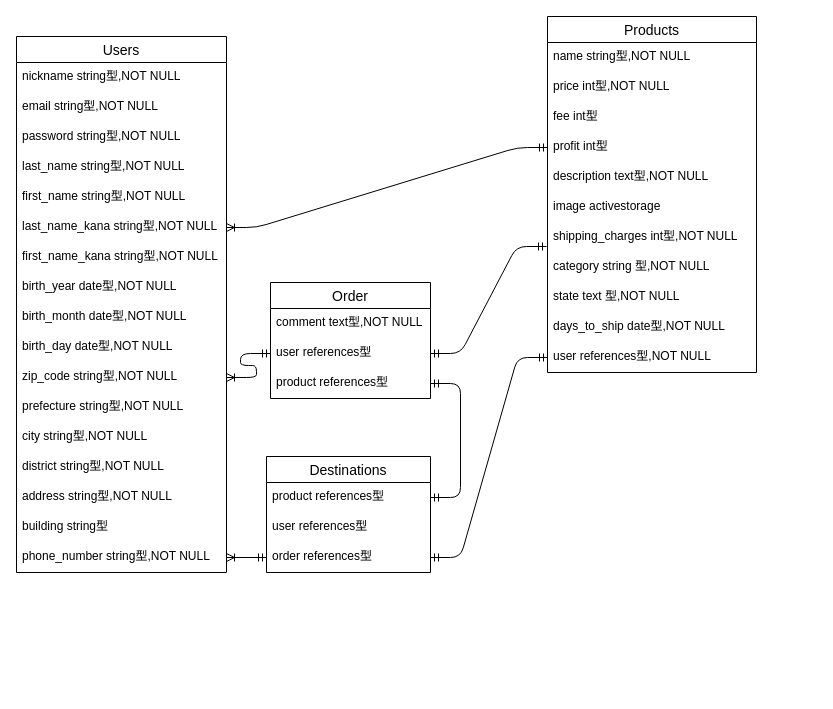
yasfu/furima-35595 keeps this draw.io diagram as Relationship.dio. Above is the earlier version. Source tidied: cells renumbered, new cells numbered last; positions are measured from the earlier drawing's top-left corner, leaving out a move shared by most shapes. Both pictures are drawn from the tidied source at 100%, with x=0, y=0 at pixel (16, 16).
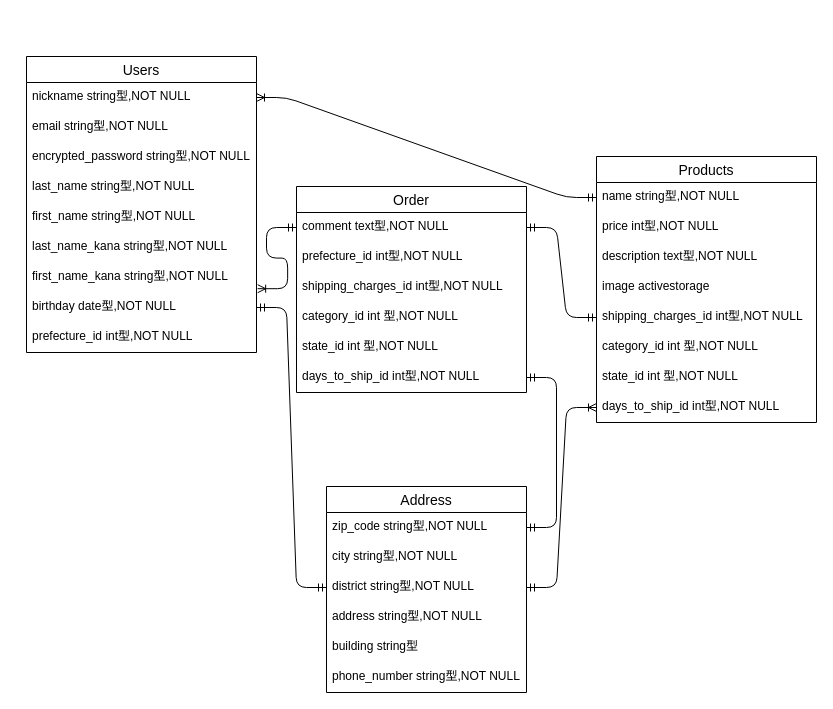
The same diagram, later.

Commit message (it also covers changes not shown here):
データベース設計　修正

Change to the diagram source:
```diff
@@
     <mxCell id="2" value="Users" style="swimlane;fontStyle=0;horizontal=1;startSize=26;align=center;fontSize=14;" parent="1" vertex="1">
-      <mxGeometry y="20" width="210" height="536" as="geometry" />
+      <mxGeometry x="10" y="40" width="230" height="296" as="geometry" />
     </mxCell>
     <mxCell id="3" value="nickname string型,NOT NULL" style="text;strokeColor=none;fillColor=none;spacingLeft=4;spacingRight=4;overflow=hidden;points=[[0,0.5],[1,0.5]];portConstraint=eastwest;fontSize=12;" parent="2" vertex="1">
-      <mxGeometry y="26" width="210" height="30" as="geometry" />
+      <mxGeometry y="26" width="230" height="30" as="geometry" />
     </mxCell>
     <mxCell id="4" value="email string型,NOT NULL" style="text;strokeColor=none;fillColor=none;spacingLeft=4;spacingRight=4;overflow=hidden;fontSize=12;" parent="2" vertex="1">
-      <mxGeometry y="56" width="210" height="30" as="geometry" />
+      <mxGeometry y="56" width="230" height="30" as="geometry" />
     </mxCell>
-    <mxCell id="5" value="password string型,NOT NULL" style="text;strokeColor=none;fillColor=none;spacingLeft=4;spacingRight=4;overflow=hidden;fontSize=12;" parent="2" vertex="1">
-      <mxGeometry y="86" width="210" height="30" as="geometry" />
+    <mxCell id="5" value="encrypted_password string型,NOT NULL" style="text;strokeColor=none;fillColor=none;spacingLeft=4;spacingRight=4;overflow=hidden;fontSize=12;" parent="2" vertex="1">
+      <mxGeometry y="86" width="230" height="30" as="geometry" />
     </mxCell>
     <mxCell id="6" value="last_name string型,NOT NULL" style="text;strokeColor=none;fillColor=none;spacingLeft=4;spacingRight=4;overflow=hidden;fontSize=12;" parent="2" vertex="1">
-      <mxGeometry y="116" width="210" height="30" as="geometry" />
+      <mxGeometry y="116" width="230" height="30" as="geometry" />
     </mxCell>
     <mxCell id="7" value="first_name string型,NOT NULL" style="text;strokeColor=none;fillColor=none;spacingLeft=4;spacingRight=4;overflow=hidden;fontSize=12;" parent="2" vertex="1">
-      <mxGeometry y="146" width="210" height="30" as="geometry" />
+      <mxGeometry y="146" width="230" height="30" as="geometry" />
     </mxCell>
     <mxCell id="8" value="last_name_kana string型,NOT NULL" style="text;strokeColor=none;fillColor=none;spacingLeft=4;spacingRight=4;overflow=hidden;points=[[0,0.5],[1,0.5]];portConstraint=eastwest;fontSize=12;" parent="2" vertex="1">
-      <mxGeometry y="176" width="210" height="30" as="geometry" />
+      <mxGeometry y="176" width="230" height="30" as="geometry" />
     </mxCell>
     <mxCell id="9" value="first_name_kana string型,NOT NULL" style="text;strokeColor=none;fillColor=none;spacingLeft=4;spacingRight=4;overflow=hidden;fontSize=12;" parent="2" vertex="1">
-      <mxGeometry y="206" width="210" height="30" as="geometry" />
+      <mxGeometry y="206" width="230" height="30" as="geometry" />
     </mxCell>
-    <mxCell id="10" value="birth_year date型,NOT NULL" style="text;strokeColor=none;fillColor=none;spacingLeft=4;spacingRight=4;overflow=hidden;fontSize=12;" parent="2" vertex="1">
-      <mxGeometry y="236" width="210" height="30" as="geometry" />
-    </mxCell>
-    <mxCell id="11" value="birth_month date型,NOT NULL" style="text;strokeColor=none;fillColor=none;spacingLeft=4;spacingRight=4;overflow=hidden;fontSize=12;" parent="2" vertex="1">
-      <mxGeometry y="266" width="210" height="30" as="geometry" />
-    </mxCell>
-    <mxCell id="12" value="birth_day date型,NOT NULL" style="text;strokeColor=none;fillColor=none;spacingLeft=4;spacingRight=4;overflow=hidden;points=[[0,0.5],[1,0.5]];portConstraint=eastwest;fontSize=12;" parent="2" vertex="1">
-      <mxGeometry y="296" width="210" height="30" as="geometry" />
+    <mxCell id="12" value="birthday date型,NOT NULL" style="text;strokeColor=none;fillColor=none;spacingLeft=4;spacingRight=4;overflow=hidden;points=[[0,0.5],[1,0.5]];portConstraint=eastwest;fontSize=12;" parent="2" vertex="1">
+      <mxGeometry y="236" width="230" height="30" as="geometry" />
     </mxCell>
+    <mxCell id="14" value="prefecture_id int型,NOT NULL" style="text;strokeColor=none;fillColor=none;spacingLeft=4;spacingRight=4;overflow=hidden;fontSize=12;" parent="2" vertex="1">
+      <mxGeometry y="266" width="230" height="30" as="geometry" />
+    </mxCell>
+    <mxCell id="20" value="Address" style="swimlane;fontStyle=0;horizontal=1;startSize=26;align=center;fontSize=14;" parent="1" vertex="1">
+      <mxGeometry x="310" y="470" width="200" height="206" as="geometry" />
+    </mxCell>
-    <mxCell id="13" value="zip_code string型,NOT NULL" style="text;strokeColor=none;fillColor=none;spacingLeft=4;spacingRight=4;overflow=hidden;points=[[0,0.5],[1,0.5]];portConstraint=eastwest;fontSize=12;" parent="2" vertex="1">
-      <mxGeometry y="326" width="210" height="30" as="geometry" />
+    <mxCell id="13" value="zip_code string型,NOT NULL" style="text;strokeColor=none;fillColor=none;spacingLeft=4;spacingRight=4;overflow=hidden;points=[[0,0.5],[1,0.5]];portConstraint=eastwest;fontSize=12;" parent="20" vertex="1">
+      <mxGeometry y="26" width="200" height="30" as="geometry" />
     </mxCell>
-    <mxCell id="14" value="prefecture string型,NOT NULL" style="text;strokeColor=none;fillColor=none;spacingLeft=4;spacingRight=4;overflow=hidden;fontSize=12;" parent="2" vertex="1">
-      <mxGeometry y="356" width="210" height="30" as="geometry" />
-    </mxCell>
-    <mxCell id="15" value="city string型,NOT NULL" style="text;strokeColor=none;fillColor=none;spacingLeft=4;spacingRight=4;overflow=hidden;fontSize=12;" parent="2" vertex="1">
-      <mxGeometry y="386" width="210" height="30" as="geometry" />
-    </mxCell>
-    <mxCell id="16" value="district string型,NOT NULL" style="text;strokeColor=none;fillColor=none;spacingLeft=4;spacingRight=4;overflow=hidden;fontSize=12;" parent="2" vertex="1">
-      <mxGeometry y="416" width="210" height="30" as="geometry" />
-    </mxCell>
-    <mxCell id="17" value="address string型,NOT NULL" style="text;strokeColor=none;fillColor=none;spacingLeft=4;spacingRight=4;overflow=hidden;fontSize=12;" parent="2" vertex="1">
-      <mxGeometry y="446" width="210" height="30" as="geometry" />
-    </mxCell>
-    <mxCell id="18" value="building string型" style="text;strokeColor=none;fillColor=none;spacingLeft=4;spacingRight=4;overflow=hidden;fontSize=12;" parent="2" vertex="1">
-      <mxGeometry y="476" width="210" height="30" as="geometry" />
-    </mxCell>
-    <mxCell id="19" value="phone_number string型,NOT NULL" style="text;strokeColor=none;fillColor=none;spacingLeft=4;spacingRight=4;overflow=hidden;points=[[0,0.5],[1,0.5]];portConstraint=eastwest;fontSize=12;" parent="2" vertex="1">
-      <mxGeometry y="506" width="210" height="30" as="geometry" />
-    </mxCell>
-    <mxCell id="20" value="Destinations" style="swimlane;fontStyle=0;horizontal=1;startSize=26;align=center;fontSize=14;" parent="1" vertex="1">
-      <mxGeometry x="250" y="440" width="164" height="116" as="geometry" />
-    </mxCell>
-    <mxCell id="21" value="product references型" style="text;strokeColor=none;fillColor=none;spacingLeft=4;spacingRight=4;overflow=hidden;points=[[0,0.5],[1,0.5]];portConstraint=eastwest;fontSize=12;" parent="20" vertex="1">
-      <mxGeometry y="26" width="164" height="30" as="geometry" />
+    <mxCell id="21" value="city string型,NOT NULL" style="text;strokeColor=none;fillColor=none;spacingLeft=4;spacingRight=4;overflow=hidden;points=[[0,0.5],[1,0.5]];portConstraint=eastwest;fontSize=12;" parent="20" vertex="1">
+      <mxGeometry y="56" width="200" height="30" as="geometry" />
     </mxCell>
-    <mxCell id="22" value="user references型" style="text;strokeColor=none;fillColor=none;spacingLeft=4;spacingRight=4;overflow=hidden;points=[[0,0.5],[1,0.5]];portConstraint=eastwest;fontSize=12;" parent="20" vertex="1">
-      <mxGeometry y="56" width="164" height="30" as="geometry" />
+    <mxCell id="22" value="district string型,NOT NULL" style="text;strokeColor=none;fillColor=none;spacingLeft=4;spacingRight=4;overflow=hidden;points=[[0,0.5],[1,0.5]];portConstraint=eastwest;fontSize=12;" parent="20" vertex="1">
+      <mxGeometry y="86" width="200" height="30" as="geometry" />
     </mxCell>
-    <mxCell id="23" value="order references型" style="text;strokeColor=none;fillColor=none;spacingLeft=4;spacingRight=4;overflow=hidden;points=[[0,0.5],[1,0.5]];portConstraint=eastwest;fontSize=12;" parent="20" vertex="1">
-      <mxGeometry y="86" width="164" height="30" as="geometry" />
+    <mxCell id="23" value="address string型,NOT NULL" style="text;strokeColor=none;fillColor=none;spacingLeft=4;spacingRight=4;overflow=hidden;points=[[0,0.5],[1,0.5]];portConstraint=eastwest;fontSize=12;" parent="20" vertex="1">
+      <mxGeometry y="116" width="200" height="30" as="geometry" />
     </mxCell>
+    <mxCell id="18" value="building string型" style="text;strokeColor=none;fillColor=none;spacingLeft=4;spacingRight=4;overflow=hidden;fontSize=12;" parent="20" vertex="1">
+      <mxGeometry y="146" width="200" height="30" as="geometry" />
+    </mxCell>
+    <mxCell id="19" value="phone_number string型,NOT NULL" style="text;strokeColor=none;fillColor=none;spacingLeft=4;spacingRight=4;overflow=hidden;points=[[0,0.5],[1,0.5]];portConstraint=eastwest;fontSize=12;" parent="20" vertex="1">
+      <mxGeometry y="176" width="200" height="30" as="geometry" />
+    </mxCell>
     <mxCell id="24" value="Products" style="swimlane;fontStyle=0;horizontal=1;startSize=26;align=center;fontSize=14;" parent="1" vertex="1">
-      <mxGeometry x="531" width="209" height="356" as="geometry" />
+      <mxGeometry x="580" y="140" width="220" height="266" as="geometry" />
     </mxCell>
     <mxCell id="25" value="name string型,NOT NULL" style="text;strokeColor=none;fillColor=none;spacingLeft=4;spacingRight=4;overflow=hidden;points=[[0,0.5],[1,0.5]];portConstraint=eastwest;fontSize=12;" parent="24" vertex="1">
-      <mxGeometry y="26" width="209" height="30" as="geometry" />
+      <mxGeometry y="26" width="220" height="30" as="geometry" />
     </mxCell>
     <mxCell id="26" value="price int型,NOT NULL" style="text;strokeColor=none;fillColor=none;spacingLeft=4;spacingRight=4;overflow=hidden;fontSize=12;" parent="24" vertex="1">
-      <mxGeometry y="56" width="209" height="30" as="geometry" />
+      <mxGeometry y="56" width="220" height="30" as="geometry" />
     </mxCell>
-    <mxCell id="27" value="fee int型" style="text;strokeColor=none;fillColor=none;spacingLeft=4;spacingRight=4;overflow=hidden;fontSize=12;" parent="24" vertex="1">
-      <mxGeometry y="86" width="209" height="30" as="geometry" />
-    </mxCell>
-    <mxCell id="28" value="profit int型" style="text;strokeColor=none;fillColor=none;spacingLeft=4;spacingRight=4;overflow=hidden;points=[[0,0.5],[1,0.5]];portConstraint=eastwest;fontSize=12;" parent="24" vertex="1">
-      <mxGeometry y="116" width="209" height="30" as="geometry" />
-    </mxCell>
     <mxCell id="29" value="description text型,NOT NULL" style="text;strokeColor=none;fillColor=none;spacingLeft=4;spacingRight=4;overflow=hidden;fontSize=12;" parent="24" vertex="1">
-      <mxGeometry y="146" width="209" height="30" as="geometry" />
+      <mxGeometry y="86" width="220" height="30" as="geometry" />
     </mxCell>
     <mxCell id="30" value="image activestorage" style="text;strokeColor=none;fillColor=none;spacingLeft=4;spacingRight=4;overflow=hidden;fontSize=12;" parent="24" vertex="1">
-      <mxGeometry y="176" width="209" height="30" as="geometry" />
+      <mxGeometry y="116" width="220" height="30" as="geometry" />
     </mxCell>
-    <mxCell id="31" value="shipping_charges int型,NOT NULL" style="text;strokeColor=none;fillColor=none;spacingLeft=4;spacingRight=4;overflow=hidden;points=[[0,0.5],[1,0.5]];portConstraint=eastwest;fontSize=12;" parent="24" vertex="1">
-      <mxGeometry y="206" width="209" height="30" as="geometry" />
+    <mxCell id="31" value="shipping_charges_id int型,NOT NULL" style="text;strokeColor=none;fillColor=none;spacingLeft=4;spacingRight=4;overflow=hidden;points=[[0,0.5],[1,0.5]];portConstraint=eastwest;fontSize=12;" parent="24" vertex="1">
+      <mxGeometry y="146" width="220" height="30" as="geometry" />
     </mxCell>
-    <mxCell id="32" value="category string 型,NOT NULL" style="text;strokeColor=none;fillColor=none;spacingLeft=4;spacingRight=4;overflow=hidden;fontSize=12;" parent="24" vertex="1">
-      <mxGeometry y="236" width="209" height="30" as="geometry" />
+    <mxCell id="32" value="category_id int 型,NOT NULL" style="text;strokeColor=none;fillColor=none;spacingLeft=4;spacingRight=4;overflow=hidden;fontSize=12;" parent="24" vertex="1">
+      <mxGeometry y="176" width="220" height="30" as="geometry" />
     </mxCell>
-    <mxCell id="33" value="state text 型,NOT NULL" style="text;strokeColor=none;fillColor=none;spacingLeft=4;spacingRight=4;overflow=hidden;fontSize=12;" parent="24" vertex="1">
-      <mxGeometry y="266" width="209" height="30" as="geometry" />
+    <mxCell id="33" value="state_id int 型,NOT NULL" style="text;strokeColor=none;fillColor=none;spacingLeft=4;spacingRight=4;overflow=hidden;fontSize=12;" parent="24" vertex="1">
+      <mxGeometry y="206" width="220" height="30" as="geometry" />
     </mxCell>
-    <mxCell id="34" value="days_to_ship date型,NOT NULL" style="text;strokeColor=none;fillColor=none;spacingLeft=4;spacingRight=4;overflow=hidden;points=[[0,0.5],[1,0.5]];portConstraint=eastwest;fontSize=12;" parent="24" vertex="1">
-      <mxGeometry y="296" width="209" height="30" as="geometry" />
+    <mxCell id="34" value="days_to_ship_id int型,NOT NULL" style="text;strokeColor=none;fillColor=none;spacingLeft=4;spacingRight=4;overflow=hidden;points=[[0,0.5],[1,0.5]];portConstraint=eastwest;fontSize=12;" parent="24" vertex="1">
+      <mxGeometry y="236" width="220" height="30" as="geometry" />
     </mxCell>
-    <mxCell id="35" value="user references型,NOT NULL" style="text;strokeColor=none;fillColor=none;spacingLeft=4;spacingRight=4;overflow=hidden;points=[[0,0.5],[1,0.5]];portConstraint=eastwest;fontSize=12;" parent="24" vertex="1">
-      <mxGeometry y="326" width="209" height="30" as="geometry" />
-    </mxCell>
     <mxCell id="36" value="Order" style="swimlane;fontStyle=0;horizontal=1;startSize=26;align=center;fontSize=14;" parent="1" vertex="1">
-      <mxGeometry x="254" y="266" width="160" height="116" as="geometry" />
+      <mxGeometry x="280" y="170" width="230" height="206" as="geometry" />
     </mxCell>
     <mxCell id="37" value="comment text型,NOT NULL" style="text;strokeColor=none;fillColor=none;spacingLeft=4;spacingRight=4;overflow=hidden;points=[[0,0.5],[1,0.5]];portConstraint=eastwest;fontSize=12;" parent="36" vertex="1">
-      <mxGeometry y="26" width="160" height="30" as="geometry" />
+      <mxGeometry y="26" width="230" height="30" as="geometry" />
     </mxCell>
-    <mxCell id="38" value="user references型" style="text;strokeColor=none;fillColor=none;spacingLeft=4;spacingRight=4;overflow=hidden;points=[[0,0.5],[1,0.5]];portConstraint=eastwest;fontSize=12;" parent="36" vertex="1">
-      <mxGeometry y="56" width="160" height="30" as="geometry" />
-    </mxCell>
+    <mxCell id="46" value="prefecture_id int型,NOT NULL" style="text;strokeColor=none;fillColor=none;spacingLeft=4;spacingRight=4;overflow=hidden;fontSize=12;" parent="36" vertex="1">
+      <mxGeometry y="56" width="230" height="30" as="geometry" />
+    </mxCell>
+    <mxCell id="47" value="shipping_charges_id int型,NOT NULL" style="text;strokeColor=none;fillColor=none;spacingLeft=4;spacingRight=4;overflow=hidden;fontSize=12;" parent="36" vertex="1">
+      <mxGeometry y="86" width="230" height="30" as="geometry" />
+    </mxCell>
+    <mxCell id="48" value="category_id int 型,NOT NULL" style="text;strokeColor=none;fillColor=none;spacingLeft=4;spacingRight=4;overflow=hidden;fontSize=12;" parent="36" vertex="1">
+      <mxGeometry y="116" width="230" height="30" as="geometry" />
+    </mxCell>
+    <mxCell id="49" value="state_id int 型,NOT NULL" style="text;strokeColor=none;fillColor=none;spacingLeft=4;spacingRight=4;overflow=hidden;fontSize=12;" parent="36" vertex="1">
+      <mxGeometry y="146" width="230" height="30" as="geometry" />
+    </mxCell>
-    <mxCell id="39" value="product references型" style="text;strokeColor=none;fillColor=none;spacingLeft=4;spacingRight=4;overflow=hidden;points=[[0,0.5],[1,0.5]];portConstraint=eastwest;fontSize=12;" parent="36" vertex="1">
-      <mxGeometry y="86" width="160" height="30" as="geometry" />
+    <mxCell id="39" value="days_to_ship_id int型,NOT NULL" style="text;strokeColor=none;fillColor=none;spacingLeft=4;spacingRight=4;overflow=hidden;points=[[0,0.5],[1,0.5]];portConstraint=eastwest;fontSize=12;" parent="36" vertex="1">
+      <mxGeometry y="176" width="230" height="30" as="geometry" />
     </mxCell>
-    <mxCell id="40" style="edgeStyle=entityRelationEdgeStyle;fontSize=12;html=1;endArrow=ERmandOne;startArrow=ERmandOne;exitX=1;exitY=0.5;exitDx=0;exitDy=0;" parent="1" edge="1" source="38">
-      <mxGeometry relative="1" as="geometry">
-        <mxPoint x="530" y="230" as="targetPoint" />
-      </mxGeometry>
+    <mxCell id="40" style="edgeStyle=entityRelationEdgeStyle;fontSize=12;html=1;endArrow=ERmandOne;startArrow=ERmandOne;exitX=1;exitY=0.5;exitDx=0;exitDy=0;entryX=0;entryY=0.5;entryDx=0;entryDy=0;" parent="1" edge="1" source="37" target="31">
+      <mxGeometry relative="1" as="geometry" />
     </mxCell>
-    <mxCell id="41" style="edgeStyle=entityRelationEdgeStyle;fontSize=12;html=1;endArrow=ERmandOne;startArrow=ERmandOne;exitX=1;exitY=0.5;exitDx=0;exitDy=0;" parent="1" edge="1" source="21" target="39">
-      <mxGeometry relative="1" as="geometry" />
-    </mxCell>
-    <mxCell id="42" style="edgeStyle=entityRelationEdgeStyle;fontSize=12;html=1;endArrow=ERoneToMany;startArrow=ERmandOne;exitX=0;exitY=0.5;exitDx=0;exitDy=0;entryX=1;entryY=0.5;entryDx=0;entryDy=0;" parent="1" edge="1" source="23" target="19">
-      <mxGeometry relative="1" as="geometry" />
-    </mxCell>
-    <mxCell id="43" style="edgeStyle=entityRelationEdgeStyle;fontSize=12;html=1;endArrow=ERmandOne;startArrow=ERmandOne;exitX=1;exitY=0.5;exitDx=0;exitDy=0;entryX=0;entryY=0.5;entryDx=0;entryDy=0;" parent="1" edge="1" source="23" target="35">
-      <mxGeometry relative="1" as="geometry" />
-    </mxCell>
-    <mxCell id="44" style="edgeStyle=entityRelationEdgeStyle;fontSize=12;html=1;endArrow=ERoneToMany;startArrow=ERmandOne;exitX=0;exitY=0.5;exitDx=0;exitDy=0;entryX=1;entryY=0.5;entryDx=0;entryDy=0;" parent="1" edge="1" source="28" target="8">
+    <mxCell id="44" style="edgeStyle=entityRelationEdgeStyle;fontSize=12;html=1;endArrow=ERoneToMany;startArrow=ERmandOne;exitX=0;exitY=0.5;exitDx=0;exitDy=0;entryX=1;entryY=0.5;entryDx=0;entryDy=0;" parent="1" edge="1" source="25" target="3">
       <mxGeometry relative="1" as="geometry" />
     </mxCell>
-    <mxCell id="45" style="edgeStyle=entityRelationEdgeStyle;fontSize=12;html=1;endArrow=ERoneToMany;startArrow=ERmandOne;exitX=0;exitY=0.5;exitDx=0;exitDy=0;entryX=1;entryY=0.5;entryDx=0;entryDy=0;" parent="1" edge="1" source="38" target="13">
+    <mxCell id="45" style="edgeStyle=entityRelationEdgeStyle;fontSize=12;html=1;endArrow=ERoneToMany;startArrow=ERmandOne;exitX=0;exitY=0.5;exitDx=0;exitDy=0;entryX=1.005;entryY=-0.127;entryDx=0;entryDy=0;entryPerimeter=0;" parent="1" edge="1" source="37" target="12">
       <mxGeometry relative="1" as="geometry" />
     </mxCell>
+    <mxCell id="50" style="edgeStyle=entityRelationEdgeStyle;fontSize=12;html=1;endArrow=ERmandOne;startArrow=ERmandOne;exitX=1;exitY=0.5;exitDx=0;exitDy=0;" parent="1" edge="1" source="13" target="39">
+      <mxGeometry relative="1" as="geometry" />
+    </mxCell>
+    <mxCell id="51" style="edgeStyle=entityRelationEdgeStyle;fontSize=12;html=1;endArrow=ERoneToMany;startArrow=ERmandOne;exitX=1;exitY=0.5;exitDx=0;exitDy=0;entryX=0;entryY=0.5;entryDx=0;entryDy=0;" parent="1" edge="1" source="22" target="34">
+      <mxGeometry relative="1" as="geometry" />
+    </mxCell>
+    <mxCell id="52" style="edgeStyle=entityRelationEdgeStyle;fontSize=12;html=1;endArrow=ERmandOne;startArrow=ERmandOne;exitX=0;exitY=0.5;exitDx=0;exitDy=0;" parent="1" edge="1" source="22" target="12">
+      <mxGeometry relative="1" as="geometry" />
+    </mxCell>
```
